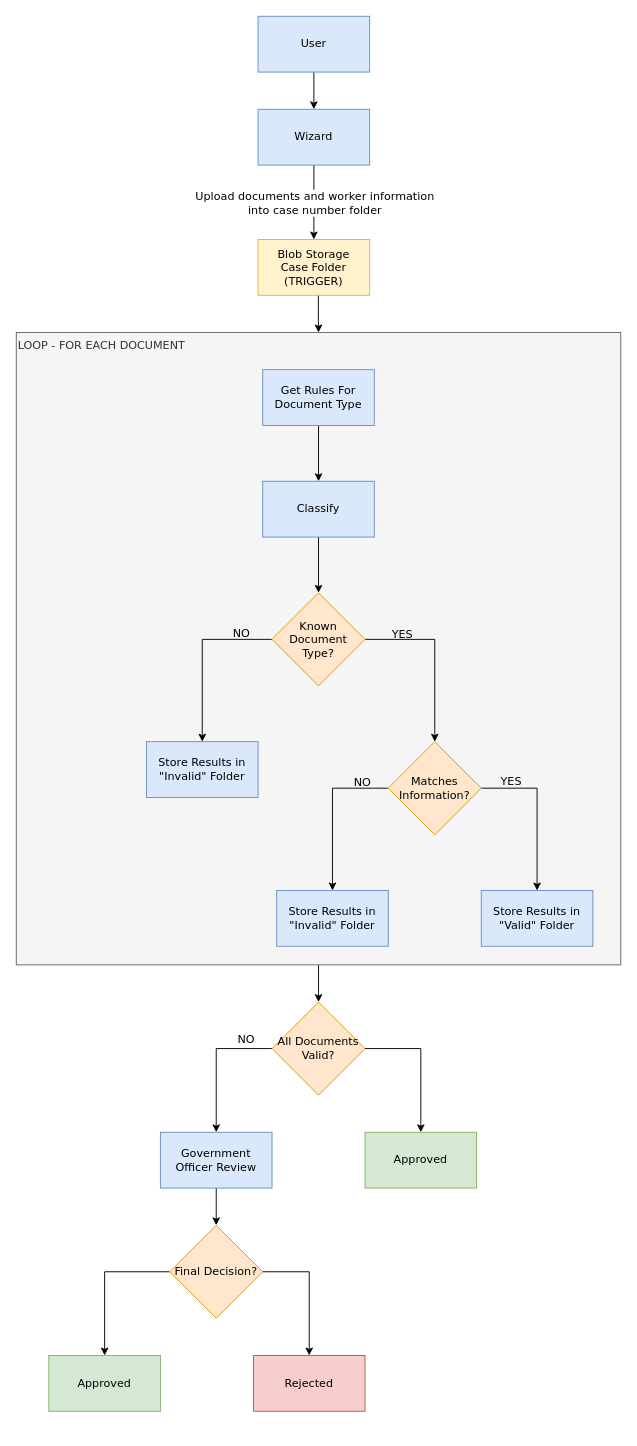
This is page "Wave 9 and 10. Flow Diagram" (13 of 13) of AI.drawio from user11081980/temp, a draw.io file, before an edit. Source tidied: cells renumbered, new cells numbered last; positions are measured from the earlier drawing's top-left corner, leaving out a move shared by most shapes. Both pictures are drawn from the tidied source at 93%, with x=0, y=0 at pixel (16, 16).
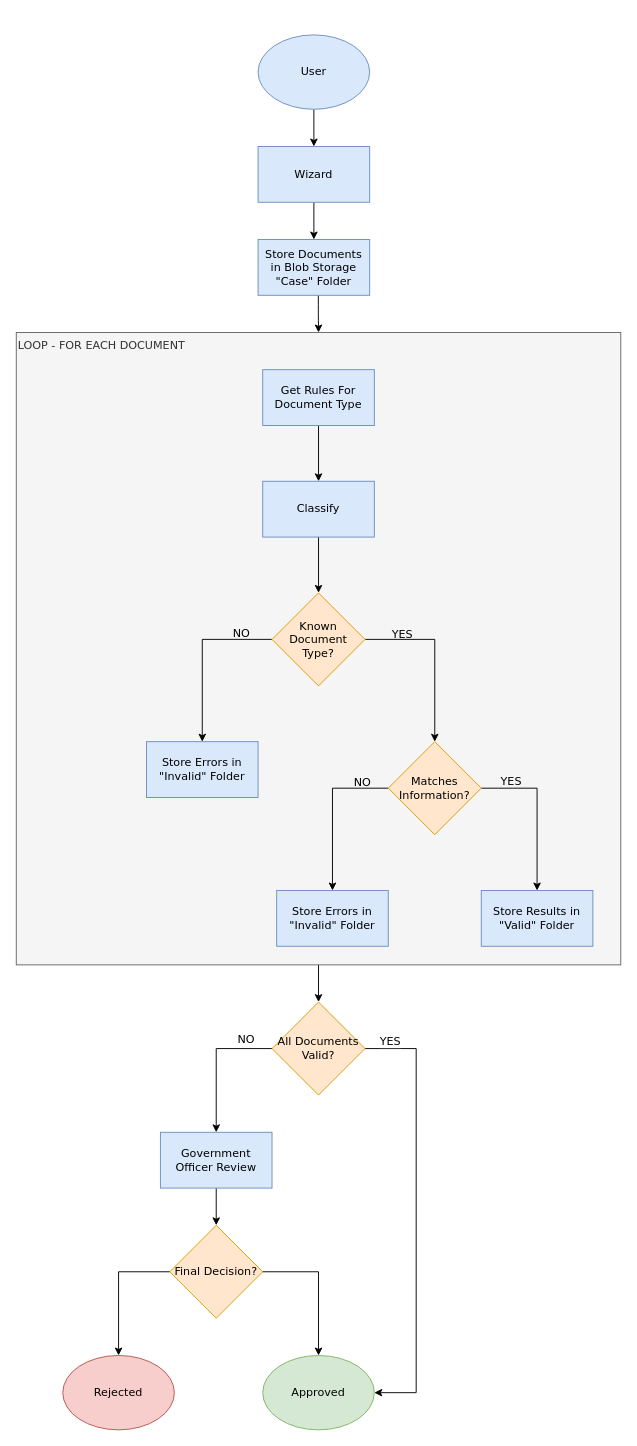
The same page after the edit.

Unchanged cells that the change refers to:
```xml
<mxCell id="3" value="LOOP - FOR EACH DOCUMENT" style="rounded=0;whiteSpace=wrap;html=1;fillColor=#f5f5f5;verticalAlign=top;align=left;strokeColor=#666666;fontFamily=Verdana;fontSize=12;fontColor=#333333;" parent="1" vertex="1">
  <mxGeometry y="340" width="650" height="680" as="geometry" />
</mxCell>
<mxCell id="4" style="edgeStyle=orthogonalEdgeStyle;rounded=0;jettySize=auto;html=1;exitX=0.5;exitY=1;exitDx=0;exitDy=0;entryX=0.5;entryY=0;entryDx=0;entryDy=0;fontFamily=Verdana;fontSize=12;" parent="1" edge="1" source="6" target="7">
  <mxGeometry relative="1" as="geometry" />
</mxCell>
<mxCell id="31" value="All Documents Valid?" style="rhombus;whiteSpace=wrap;html=1;fillColor=#ffe6cc;strokeColor=#d79b00;fontFamily=Verdana;fontSize=12;" parent="1" vertex="1">
  <mxGeometry x="275" y="1060" width="100" height="100" as="geometry" />
</mxCell>
<mxCell id="33" value="Final Decision?" style="rhombus;whiteSpace=wrap;html=1;fillColor=#ffe6cc;strokeColor=#d79b00;fontFamily=Verdana;fontSize=12;" parent="1" vertex="1">
  <mxGeometry x="165" y="1300" width="100" height="100" as="geometry" />
</mxCell>
```

Diff of the diagram source:
```diff
@@
-    <mxCell id="5" value="&lt;font&gt;Upload documents and worker information&lt;/font&gt;&lt;div&gt;&lt;font&gt;into case number folder&lt;/font&gt;&lt;/div&gt;" style="edgeLabel;html=1;align=center;verticalAlign=middle;labelPosition=center;verticalLabelPosition=middle;fontFamily=Verdana;fontSize=12;" parent="4" vertex="1">
-      <mxGeometry relative="1" as="geometry" />
-    </mxCell>
     <mxCell id="6" value="Wizard" style="rounded=0;whiteSpace=wrap;html=1;fillColor=#dae8fc;strokeColor=#6c8ebf;fontFamily=Verdana;fontSize=12;" parent="1" vertex="1">
-      <mxGeometry x="260" y="100" width="120" height="60" as="geometry" />
+      <mxGeometry x="260" y="140" width="120" height="60" as="geometry" />
     </mxCell>
-    <mxCell id="7" value="&lt;div&gt;&lt;span style=&quot;background-color: transparent; color: light-dark(rgb(0, 0, 0), rgb(255, 255, 255));&quot;&gt;Blob Storage&lt;/span&gt;&lt;/div&gt;Case Folder&lt;br&gt;(TRIGGER)" style="rounded=0;whiteSpace=wrap;html=1;fillColor=#fff2cc;strokeColor=#d6b656;fontFamily=Verdana;fontSize=12;" parent="1" vertex="1">
+    <mxCell id="7" value="&lt;div&gt;Store Documents in Blob Storage&lt;/div&gt;&lt;div&gt;&quot;Case&quot; Folder&lt;/div&gt;" style="rounded=0;whiteSpace=wrap;html=1;fillColor=#dae8fc;strokeColor=#6c8ebf;fontFamily=Verdana;fontSize=12;" parent="1" vertex="1">
       <mxGeometry x="260" y="240" width="120" height="60" as="geometry" />
     </mxCell>
@@
-    <mxCell id="12" value="Store Results in &quot;Invalid&quot; Folder" style="rounded=0;whiteSpace=wrap;html=1;fillColor=#dae8fc;strokeColor=#6c8ebf;fontFamily=Verdana;fontSize=12;" parent="1" vertex="1">
+    <mxCell id="12" value="Store Errors in &quot;Invalid&quot; Folder" style="rounded=0;whiteSpace=wrap;html=1;fillColor=#dae8fc;strokeColor=#6c8ebf;fontFamily=Verdana;fontSize=12;" parent="1" vertex="1">
       <mxGeometry x="140" y="780" width="120" height="60" as="geometry" />
     </mxCell>
@@
-    <mxCell id="15" value="Store Results in &quot;Invalid&quot; Folder" style="rounded=0;whiteSpace=wrap;html=1;fillColor=#dae8fc;strokeColor=#6c8ebf;fontFamily=Verdana;fontSize=12;" parent="1" vertex="1">
+    <mxCell id="15" value="Store Errors in &quot;Invalid&quot; Folder" style="rounded=0;whiteSpace=wrap;html=1;fillColor=#dae8fc;strokeColor=#6c8ebf;fontFamily=Verdana;fontSize=12;" parent="1" vertex="1">
       <mxGeometry x="280" y="940" width="120" height="60" as="geometry" />
     </mxCell>
@@
-    <mxCell id="19" style="edgeStyle=orthogonalEdgeStyle;rounded=0;jettySize=auto;html=1;entryX=0.5;entryY=0;entryDx=0;entryDy=0;fontFamily=Verdana;fontSize=12;" parent="1" edge="1" source="20" target="6">
-      <mxGeometry relative="1" as="geometry" />
-    </mxCell>
-    <mxCell id="20" value="User" style="rounded=0;whiteSpace=wrap;html=1;fillColor=#dae8fc;strokeColor=#6c8ebf;fontFamily=Verdana;fontSize=12;" parent="1" vertex="1">
-      <mxGeometry x="260" width="120" height="60" as="geometry" />
-    </mxCell>
@@
+    <mxCell id="40" style="edgeStyle=orthogonalEdgeStyle;html=1;entryX=1;entryY=0.5;entryDx=0;entryDy=0;fontFamily=Verdana;rounded=0;curved=0;exitX=1;exitY=0.5;exitDx=0;exitDy=0;" parent="1" edge="1" source="31" target="43">
+      <mxGeometry relative="1" as="geometry">
+        <Array as="points">
+          <mxPoint x="430" y="1110" />
+          <mxPoint x="430" y="1480" />
+        </Array>
+      </mxGeometry>
+    </mxCell>
+    <mxCell id="41" value="YES" style="edgeLabel;html=1;align=center;verticalAlign=bottom;fontFamily=Verdana;fontSize=12;" parent="40" vertex="1">
+      <mxGeometry x="-0.89" y="-1" relative="1" as="geometry" />
+    </mxCell>
@@
-    <mxCell id="32" style="edgeStyle=orthogonalEdgeStyle;html=1;entryX=0.5;entryY=0;entryDx=0;entryDy=0;fontFamily=Verdana;rounded=0;curved=0;" parent="1" edge="1" source="33" target="34">
-      <mxGeometry relative="1" as="geometry" />
-    </mxCell>
@@
-    <mxCell id="34" value="Approved" style="rounded=0;whiteSpace=wrap;html=1;fillColor=#d5e8d4;strokeColor=#82b366;fontFamily=Verdana;fontSize=12;" parent="1" vertex="1">
-      <mxGeometry x="35" y="1440" width="120" height="60" as="geometry" />
-    </mxCell>
+    <mxCell id="37" style="edgeStyle=orthogonalEdgeStyle;html=1;fontFamily=Verdana;exitX=0.54;exitY=1.009;exitDx=0;exitDy=0;exitPerimeter=0;" parent="1" edge="1" source="7" target="3">
+      <mxGeometry relative="1" as="geometry" />
+    </mxCell>
+    <mxCell id="19" style="edgeStyle=orthogonalEdgeStyle;html=1;entryX=0.5;entryY=0;entryDx=0;entryDy=0;fontFamily=Verdana;" parent="1" edge="1" source="20" target="6">
+      <mxGeometry relative="1" as="geometry" />
+    </mxCell>
+    <mxCell id="20" value="User" style="ellipse;whiteSpace=wrap;html=1;fontFamily=Verdana;fillColor=#dae8fc;strokeColor=#6c8ebf;" parent="1" vertex="1">
+      <mxGeometry x="260" y="20" width="120" height="80" as="geometry" />
+    </mxCell>
+    <mxCell id="42" style="edgeStyle=orthogonalEdgeStyle;html=1;fontFamily=Verdana;rounded=0;curved=0;exitX=1;exitY=0.5;exitDx=0;exitDy=0;" parent="1" edge="1" source="33" target="43">
+      <mxGeometry relative="1" as="geometry" />
+    </mxCell>
+    <mxCell id="43" value="Approved" style="ellipse;whiteSpace=wrap;html=1;fontFamily=Verdana;fillColor=#d5e8d4;strokeColor=#82b366;" parent="1" vertex="1">
+      <mxGeometry x="265" y="1440" width="120" height="80" as="geometry" />
+    </mxCell>
-    <mxCell id="35" style="edgeStyle=orthogonalEdgeStyle;html=1;fontFamily=Verdana;rounded=0;curved=0;exitX=1;exitY=0.5;exitDx=0;exitDy=0;" parent="1" edge="1" source="33" target="36">
+    <mxCell id="35" style="edgeStyle=orthogonalEdgeStyle;html=1;fontFamily=Verdana;rounded=0;curved=0;exitX=0;exitY=0.5;exitDx=0;exitDy=0;" parent="1" edge="1" source="33" target="36">
       <mxGeometry relative="1" as="geometry" />
     </mxCell>
-    <mxCell id="36" value="Rejected" style="rounded=0;whiteSpace=wrap;html=1;fillColor=#f8cecc;strokeColor=#b85450;fontFamily=Verdana;fontSize=12;" parent="1" vertex="1">
-      <mxGeometry x="255" y="1440" width="120" height="60" as="geometry" />
+    <mxCell id="36" value="Rejected" style="ellipse;whiteSpace=wrap;html=1;fontFamily=Verdana;fillColor=#f8cecc;strokeColor=#b85450;" parent="1" vertex="1">
+      <mxGeometry x="50" y="1440" width="120" height="80" as="geometry" />
     </mxCell>
-    <mxCell id="37" style="edgeStyle=orthogonalEdgeStyle;html=1;fontFamily=Verdana;exitX=0.54;exitY=1.009;exitDx=0;exitDy=0;exitPerimeter=0;" parent="1" edge="1" source="7" target="3">
-      <mxGeometry relative="1" as="geometry" />
-    </mxCell>
-    <mxCell id="38" style="edgeStyle=orthogonalEdgeStyle;html=1;fontFamily=Verdana;rounded=0;curved=0;exitX=1;exitY=0.5;exitDx=0;exitDy=0;" parent="1" edge="1" source="31" target="39">
-      <mxGeometry relative="1" as="geometry" />
-    </mxCell>
-    <mxCell id="39" value="Approved" style="rounded=0;whiteSpace=wrap;html=1;fillColor=#d5e8d4;strokeColor=#82b366;fontFamily=Verdana;fontSize=12;" parent="1" vertex="1">
-      <mxGeometry x="375" y="1200" width="120" height="60" as="geometry" />
-    </mxCell>
```
